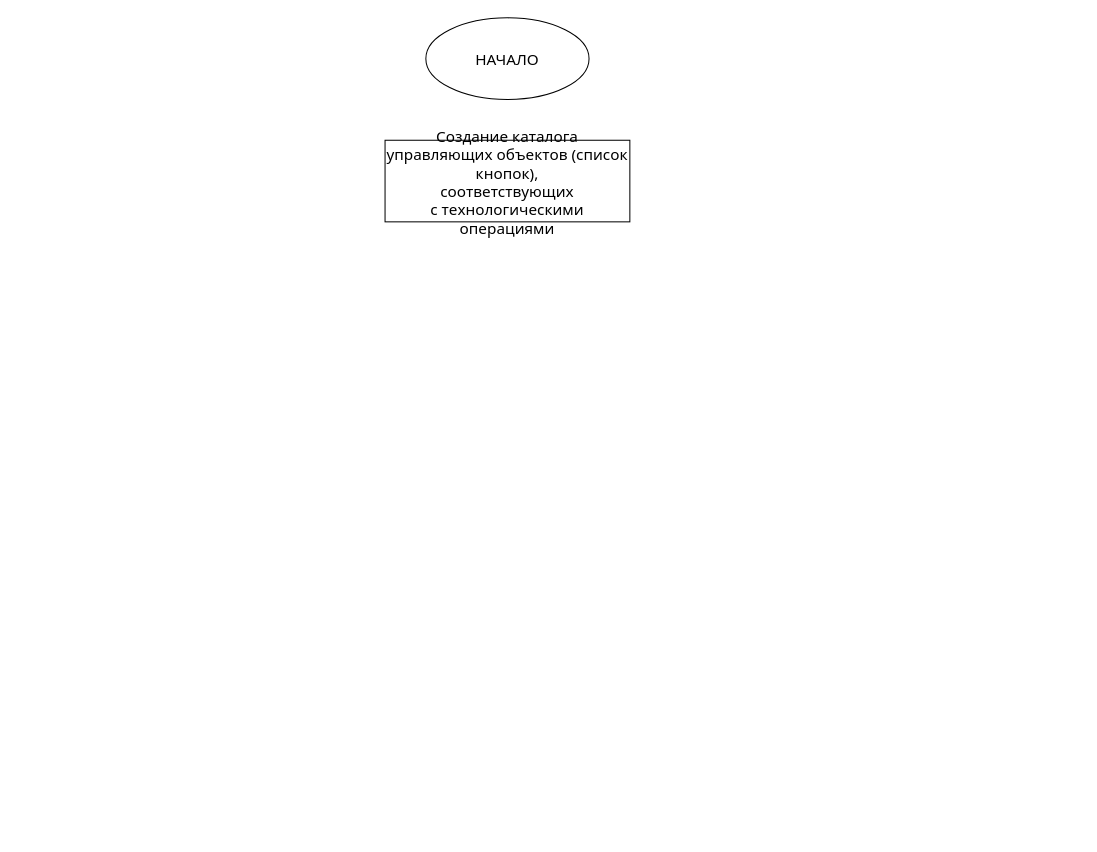
Earlier version of the draw.io diagram Untitled 7.drawio (khanhbg339/Myproject). Source tidied: cells renumbered, new cells numbered last; positions are measured from the earlier drawing's top-left corner, leaving out a move shared by most shapes. Both pictures are drawn from the tidied source at 102%, with x=0, y=0 at pixel (385, 17).
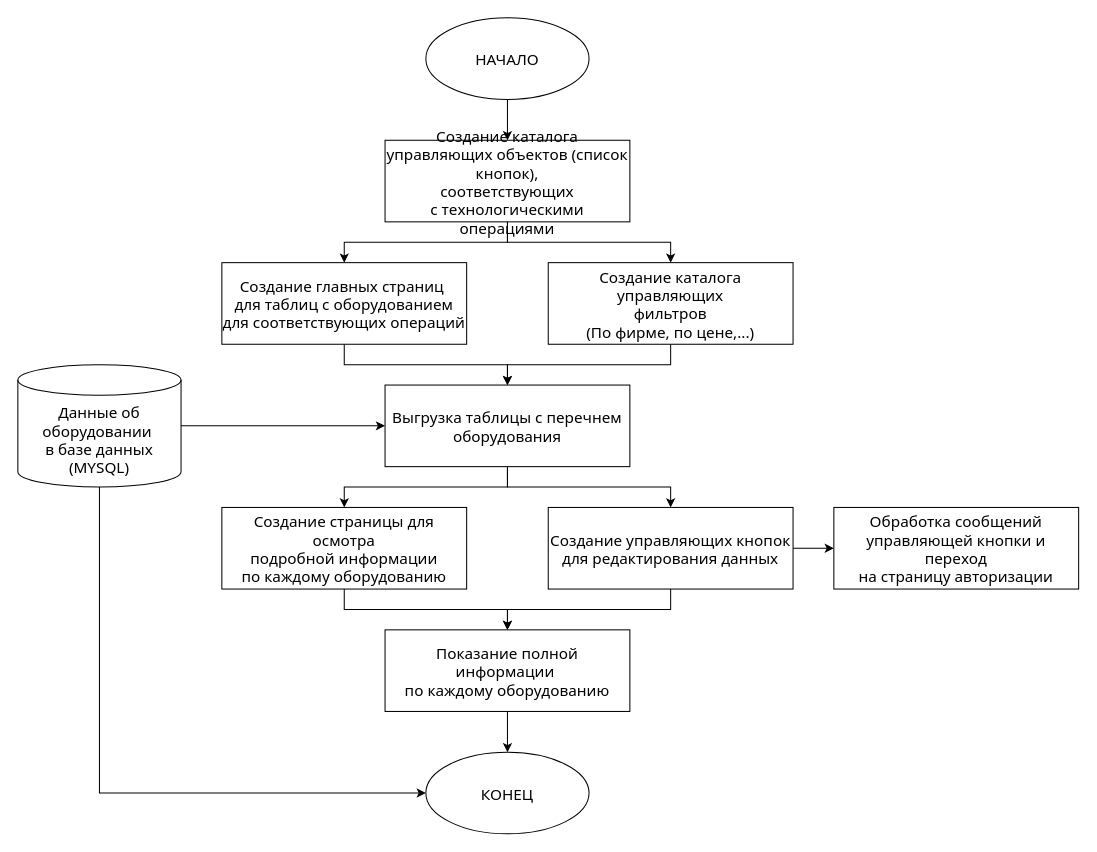
After the change.

Unchanged cells that the change refers to:
```xml
<mxCell id="2" value="НАЧАЛО" style="ellipse;whiteSpace=wrap;html=1;fontSize=15;fontFamily=Tahoma;" parent="1" vertex="1">
  <mxGeometry x="40" width="160" height="80" as="geometry" />
</mxCell>
<mxCell id="3" value="Создание каталога управляющих объектов (список кнопок),&lt;br&gt;соответствующих &lt;br&gt;с технологическими операциями" style="rounded=0;whiteSpace=wrap;html=1;fontSize=15;fontFamily=Tahoma;" parent="1" vertex="1">
  <mxGeometry y="120" width="240" height="80" as="geometry" />
</mxCell>
```

Change to the diagram source:
```diff
@@
+    <mxCell id="4" style="edgeStyle=orthogonalEdgeStyle;rounded=0;jettySize=auto;html=1;entryX=0.5;entryY=0;entryDx=0;entryDy=0;" parent="1" edge="1" source="2" target="3">
+      <mxGeometry relative="1" as="geometry" />
+    </mxCell>
@@
+    <mxCell id="5" style="edgeStyle=orthogonalEdgeStyle;rounded=0;jettySize=auto;html=1;entryX=0.5;entryY=0;entryDx=0;entryDy=0;" parent="1" edge="1" source="3" target="8">
+      <mxGeometry relative="1" as="geometry" />
+    </mxCell>
+    <mxCell id="6" style="edgeStyle=orthogonalEdgeStyle;rounded=0;jettySize=auto;html=1;entryX=0.5;entryY=0;entryDx=0;entryDy=0;" parent="1" edge="1" source="3" target="10">
+      <mxGeometry relative="1" as="geometry" />
+    </mxCell>
@@
+    <mxCell id="7" style="edgeStyle=orthogonalEdgeStyle;rounded=0;jettySize=auto;html=1;entryX=0.5;entryY=0;entryDx=0;entryDy=0;" parent="1" edge="1" source="8" target="13">
+      <mxGeometry relative="1" as="geometry" />
+    </mxCell>
+    <mxCell id="8" value="Создание главных страниц&amp;nbsp;&lt;br&gt;для таблиц с оборудованием&lt;br&gt;для соответствующих операций" style="rounded=0;whiteSpace=wrap;html=1;fontSize=15;fontFamily=Tahoma;" parent="1" vertex="1">
+      <mxGeometry x="-160" y="240" width="240" height="80" as="geometry" />
+    </mxCell>
+    <mxCell id="9" style="edgeStyle=orthogonalEdgeStyle;rounded=0;jettySize=auto;html=1;entryX=0.5;entryY=0;entryDx=0;entryDy=0;" parent="1" edge="1" source="10" target="13">
+      <mxGeometry relative="1" as="geometry" />
+    </mxCell>
+    <mxCell id="10" value="Создание каталога управляющих&lt;br&gt;фильтров&lt;br&gt;(По фирме, по цене,...)" style="rounded=0;whiteSpace=wrap;html=1;fontSize=15;fontFamily=Tahoma;" parent="1" vertex="1">
+      <mxGeometry x="160" y="240" width="240" height="80" as="geometry" />
+    </mxCell>
+    <mxCell id="11" style="edgeStyle=orthogonalEdgeStyle;rounded=0;jettySize=auto;html=1;entryX=0.5;entryY=0;entryDx=0;entryDy=0;" parent="1" edge="1" source="13" target="15">
+      <mxGeometry relative="1" as="geometry" />
+    </mxCell>
+    <mxCell id="12" style="edgeStyle=orthogonalEdgeStyle;rounded=0;jettySize=auto;html=1;entryX=0.5;entryY=0;entryDx=0;entryDy=0;" parent="1" edge="1" source="13" target="18">
+      <mxGeometry relative="1" as="geometry" />
+    </mxCell>
+    <mxCell id="13" value="Выгрузка таблицы с перечнем оборудования" style="rounded=0;whiteSpace=wrap;html=1;fontSize=15;fontFamily=Tahoma;" parent="1" vertex="1">
+      <mxGeometry y="360" width="240" height="80" as="geometry" />
+    </mxCell>
+    <mxCell id="14" style="edgeStyle=orthogonalEdgeStyle;rounded=0;jettySize=auto;html=1;entryX=0.5;entryY=0;entryDx=0;entryDy=0;" parent="1" edge="1" source="15" target="21">
+      <mxGeometry relative="1" as="geometry" />
+    </mxCell>
+    <mxCell id="15" value="Создание страницы для осмотра&lt;br&gt;подробной информации &lt;br&gt;по каждому оборудованию" style="rounded=0;whiteSpace=wrap;html=1;fontSize=15;fontFamily=Tahoma;" parent="1" vertex="1">
+      <mxGeometry x="-160" y="480" width="240" height="80" as="geometry" />
+    </mxCell>
+    <mxCell id="16" style="edgeStyle=orthogonalEdgeStyle;rounded=0;jettySize=auto;html=1;" parent="1" edge="1" source="18">
+      <mxGeometry relative="1" as="geometry">
+        <mxPoint x="120" y="600" as="targetPoint" />
+        <Array as="points">
+          <mxPoint x="280" y="580" />
+          <mxPoint x="120" y="580" />
+        </Array>
+      </mxGeometry>
+    </mxCell>
+    <mxCell id="17" style="edgeStyle=orthogonalEdgeStyle;rounded=0;jettySize=auto;html=1;exitX=1;exitY=0.5;exitDx=0;exitDy=0;entryX=0;entryY=0.5;entryDx=0;entryDy=0;" parent="1" edge="1" source="18" target="19">
+      <mxGeometry relative="1" as="geometry" />
+    </mxCell>
+    <mxCell id="18" value="Создание управляющих кнопок&lt;br&gt;для редактирования данных" style="rounded=0;whiteSpace=wrap;html=1;fontSize=15;fontFamily=Tahoma;" parent="1" vertex="1">
+      <mxGeometry x="160" y="480" width="240" height="80" as="geometry" />
+    </mxCell>
+    <mxCell id="19" value="Обработка сообщений управляющей кнопки и переход&lt;br&gt;на страницу авторизации" style="rounded=0;whiteSpace=wrap;html=1;fontSize=15;fontFamily=Tahoma;" parent="1" vertex="1">
+      <mxGeometry x="440" y="480" width="240" height="80" as="geometry" />
+    </mxCell>
+    <mxCell id="20" style="edgeStyle=orthogonalEdgeStyle;rounded=0;jettySize=auto;html=1;entryX=0.5;entryY=0;entryDx=0;entryDy=0;" parent="1" edge="1" source="21" target="25">
+      <mxGeometry relative="1" as="geometry" />
+    </mxCell>
+    <mxCell id="21" value="Показание полной информации&amp;nbsp;&lt;br&gt;по каждому оборудованию" style="rounded=0;whiteSpace=wrap;html=1;fontSize=15;fontFamily=Tahoma;" parent="1" vertex="1">
+      <mxGeometry y="600" width="240" height="80" as="geometry" />
+    </mxCell>
+    <mxCell id="22" style="edgeStyle=orthogonalEdgeStyle;rounded=0;jettySize=auto;html=1;exitX=1;exitY=0.5;exitDx=0;exitDy=0;exitPerimeter=0;entryX=0;entryY=0.5;entryDx=0;entryDy=0;" parent="1" edge="1" source="24" target="13">
+      <mxGeometry relative="1" as="geometry" />
+    </mxCell>
+    <mxCell id="23" style="edgeStyle=orthogonalEdgeStyle;rounded=0;jettySize=auto;html=1;entryX=0;entryY=0.5;entryDx=0;entryDy=0;" parent="1" edge="1" source="24" target="25">
+      <mxGeometry relative="1" as="geometry">
+        <Array as="points">
+          <mxPoint x="-280" y="760" />
+        </Array>
+      </mxGeometry>
+    </mxCell>
+    <mxCell id="24" value="Данные об оборудовании&amp;nbsp;&lt;br style=&quot;font-size: 15px;&quot;&gt;в базе данных (MYSQL)" style="shape=cylinder3;whiteSpace=wrap;html=1;boundedLbl=1;backgroundOutline=1;size=15;fontSize=15;fontFamily=Tahoma;" parent="1" vertex="1">
+      <mxGeometry x="-360" y="340" width="160" height="120" as="geometry" />
+    </mxCell>
+    <mxCell id="25" value="КОНЕЦ" style="ellipse;whiteSpace=wrap;html=1;fontSize=15;fontFamily=Tahoma;" parent="1" vertex="1">
+      <mxGeometry x="40" y="720" width="160" height="80" as="geometry" />
+    </mxCell>
```
